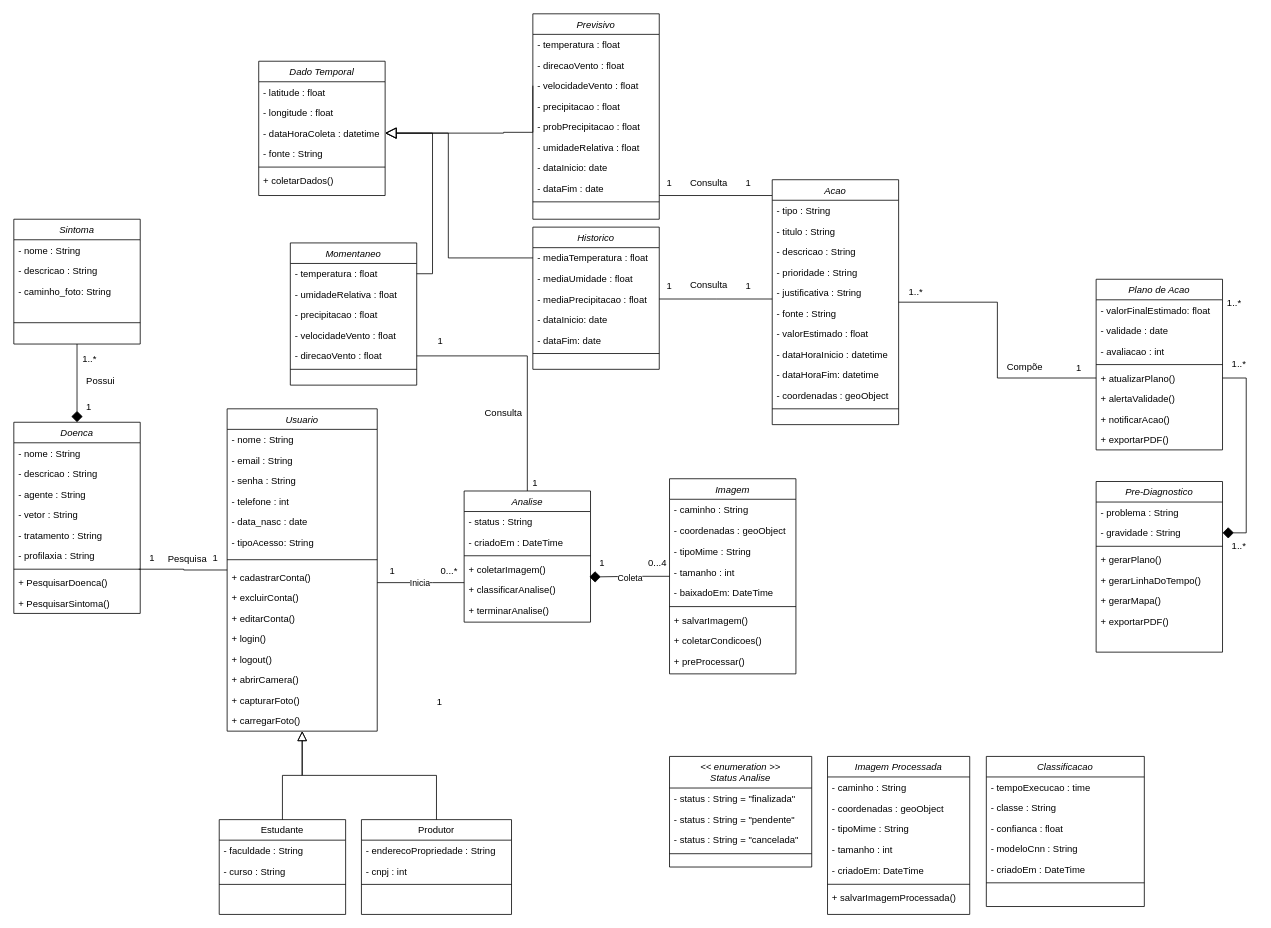
Before: artefatos/diagramas/classes_blackspot.drawio in guilhermexmada/pi-ponskan, a draw.io diagram. Source tidied: cells renumbered, new cells numbered last; positions are measured from the earlier drawing's top-left corner, leaving out a move shared by most shapes. Both pictures are drawn from the tidied source at 79%, with x=0, y=0 at pixel (13, 13).
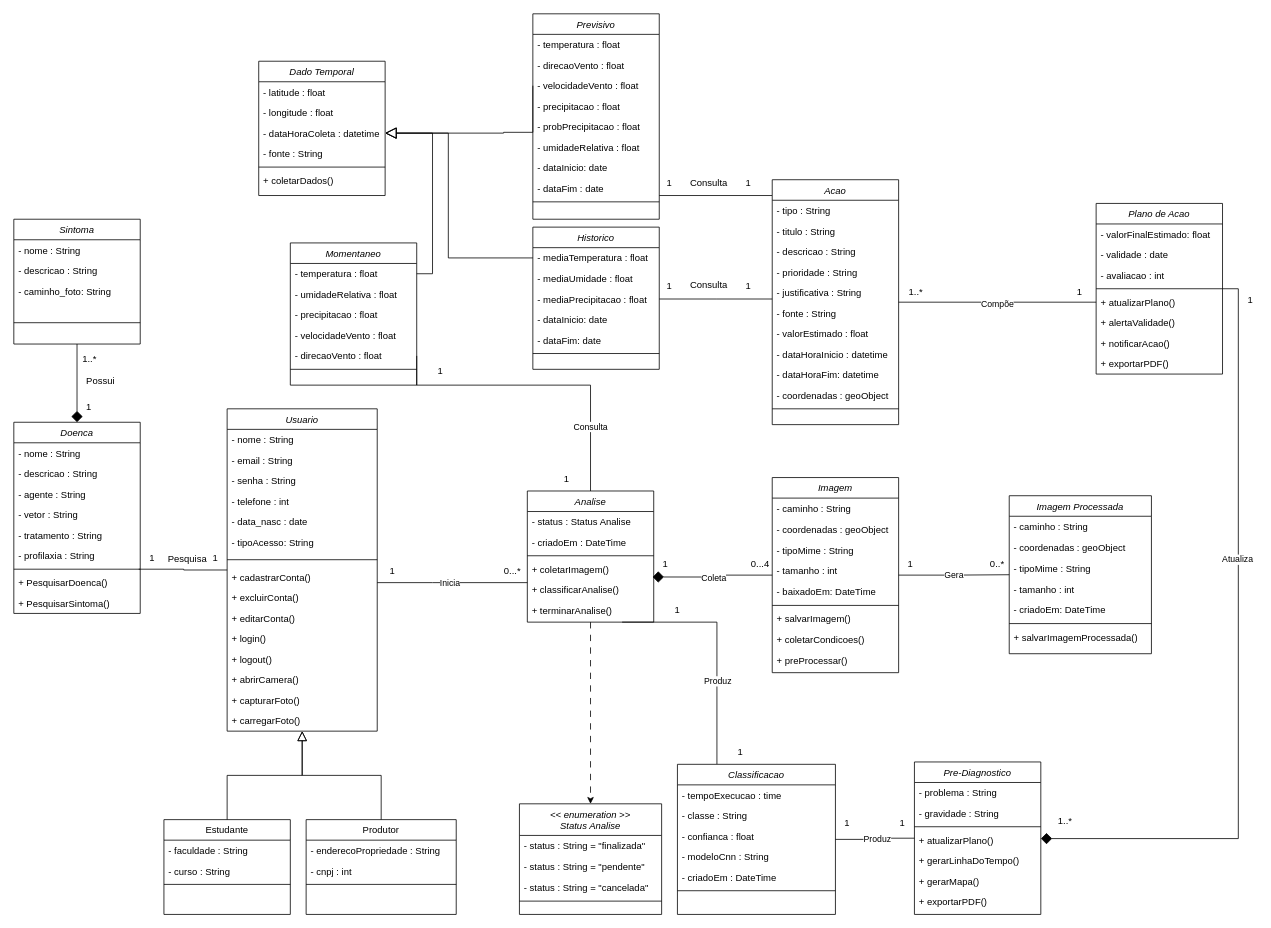
Above is the later version.

Commit message (it also covers changes not shown here):
atualizando diagrama de classe e print

Unchanged cells that the change refers to:
```xml
<mxCell id="18" style="edgeStyle=orthogonalEdgeStyle;rounded=0;jettySize=auto;html=1;entryX=0;entryY=0.5;entryDx=0;entryDy=0;endArrow=none;endFill=0;" parent="1" edge="1" source="133" target="94">
  <mxGeometry relative="1" as="geometry" />
</mxCell>
<mxCell id="52" value="- direcaoVento : float" style="text;align=left;verticalAlign=top;spacingLeft=4;spacingRight=4;overflow=hidden;points=[[0,0.5],[1,0.5]];portConstraint=eastwest;" parent="47" vertex="1">
  <mxGeometry y="130" width="160" height="26" as="geometry" />
</mxCell>
<mxCell id="175" value="- gravidade : String" style="text;align=left;verticalAlign=top;spacingLeft=4;spacingRight=4;overflow=hidden;points=[[0,0.5],[1,0.5]];portConstraint=eastwest;" parent="173" vertex="1">
  <mxGeometry y="52" width="160" height="26" as="geometry" />
</mxCell>
```

Change to the diagram source:
```diff
@@
     <mxCell id="2" value="Estudante" style="swimlane;fontStyle=0;align=center;verticalAlign=top;horizontal=1;startSize=26;rounded=0;shadow=0;strokeWidth=1;" parent="1" vertex="1">
-      <mxGeometry x="260" y="1020" width="160" height="120" as="geometry" />
+      <mxGeometry x="190" y="1020" width="160" height="120" as="geometry" />
     </mxCell>
@@
     <mxCell id="7" value="Produtor" style="swimlane;fontStyle=0;align=center;verticalAlign=top;horizontal=1;startSize=26;rounded=0;shadow=0;strokeWidth=1;" parent="1" vertex="1">
-      <mxGeometry x="440" y="1020" width="190" height="120" as="geometry" />
+      <mxGeometry x="370" y="1020" width="190" height="120" as="geometry" />
     </mxCell>
@@
-    <mxCell id="16" value="1..*" style="align=left;verticalAlign=bottom;labelBackgroundColor=none;fontSize=12;" parent="1" vertex="1">
-      <mxGeometry x="1540" y="372" as="geometry">
-        <mxPoint x="-6" y="2" as="offset" />
-      </mxGeometry>
-    </mxCell>
-    <mxCell id="17" style="edgeStyle=orthogonalEdgeStyle;rounded=0;jettySize=auto;html=1;entryX=1;entryY=0.5;entryDx=0;entryDy=0;endArrow=diamond;endFill=1;startSize=6;endSize=12;exitX=1;exitY=0.5;exitDx=0;exitDy=0;" parent="1" edge="1" source="94" target="175">
-      <mxGeometry relative="1" as="geometry" />
+    <mxCell id="17" style="edgeStyle=orthogonalEdgeStyle;rounded=0;jettySize=auto;html=1;endArrow=diamond;endFill=1;startSize=6;endSize=12;" parent="1" edge="1" source="89" target="173">
+      <mxGeometry relative="1" as="geometry">
+        <Array as="points">
+          <mxPoint x="1550" y="348" />
+          <mxPoint x="1550" y="1044" />
+        </Array>
+      </mxGeometry>
     </mxCell>
+    <mxCell id="186" value="Atualiza" style="edgeLabel;html=1;align=center;verticalAlign=middle;" parent="17" vertex="1">
+      <mxGeometry x="-0.25" y="-2" relative="1" as="geometry" />
+    </mxCell>
@@
+    <mxCell id="102" value="Compõe" style="edgeLabel;html=1;align=center;verticalAlign=middle;" parent="18" vertex="1">
+      <mxGeometry x="-0.01" y="-2" relative="1" as="geometry" />
+    </mxCell>
@@
-    <mxCell id="87" style="group;" parent="1" vertex="1">
-      <mxGeometry x="1370" y="330" width="170" height="222" as="geometry" />
-    </mxCell>
-    <mxCell id="88" style="group;" parent="87" vertex="1">
-      <mxGeometry width="170" height="222" as="geometry" />
-    </mxCell>
-    <mxCell id="89" value="Plano de Acao" style="swimlane;fontStyle=2;align=center;verticalAlign=top;horizontal=1;startSize=26;rounded=0;shadow=0;strokeWidth=1;" parent="88" vertex="1">
-      <mxGeometry y="6" width="160" height="216" as="geometry" />
-    </mxCell>
-    <mxCell id="90" value="- valorFinalEstimado: float" style="text;align=left;verticalAlign=top;spacingLeft=4;spacingRight=4;overflow=hidden;" parent="89" vertex="1">
-      <mxGeometry y="26" width="160" height="26" as="geometry" />
-    </mxCell>
-    <mxCell id="91" value="- validade : date" style="text;align=left;verticalAlign=top;spacingLeft=4;spacingRight=4;overflow=hidden;" parent="89" vertex="1">
-      <mxGeometry y="52" width="160" height="26" as="geometry" />
-    </mxCell>
-    <mxCell id="92" value="- avaliacao : int" style="text;align=left;verticalAlign=top;spacingLeft=4;spacingRight=4;overflow=hidden;" parent="89" vertex="1">
-      <mxGeometry y="78" width="160" height="26" as="geometry" />
-    </mxCell>
-    <mxCell id="93" style="line;html=1;strokeWidth=1;align=left;verticalAlign=middle;spacingTop=-1;spacingLeft=3;spacingRight=3;labelPosition=right;" parent="89" vertex="1">
-      <mxGeometry y="104" width="160" height="8" as="geometry" />
-    </mxCell>
-    <mxCell id="94" value="+ atualizarPlano()" style="text;align=left;verticalAlign=top;spacingLeft=4;spacingRight=4;overflow=hidden;points=[[0,0.5],[1,0.5]];portConstraint=eastwest;" parent="89" vertex="1">
-      <mxGeometry y="112" width="160" height="26" as="geometry" />
-    </mxCell>
-    <mxCell id="95" value="+ alertaValidade()" style="text;align=left;verticalAlign=top;spacingLeft=4;spacingRight=4;overflow=hidden;" parent="89" vertex="1">
-      <mxGeometry y="138" width="160" height="26" as="geometry" />
-    </mxCell>
-    <mxCell id="96" value="+ notificarAcao()" style="text;align=left;verticalAlign=top;spacingLeft=4;spacingRight=4;overflow=hidden;" parent="89" vertex="1">
-      <mxGeometry y="164" width="160" height="26" as="geometry" />
-    </mxCell>
-    <mxCell id="97" value="+ exportarPDF()" style="text;align=left;verticalAlign=top;spacingLeft=4;spacingRight=4;overflow=hidden;" parent="89" vertex="1">
-      <mxGeometry y="190" width="160" height="26" as="geometry" />
-    </mxCell>
-    <mxCell id="98" value="1..*" style="align=left;verticalAlign=bottom;labelBackgroundColor=none;fontSize=12;direction=west;" parent="87" vertex="1">
-      <mxGeometry x="170" y="121" as="geometry" />
-    </mxCell>
@@
     <mxCell id="100" value="1" style="align=left;verticalAlign=bottom;labelBackgroundColor=none;fontSize=12;direction=west;" parent="1" vertex="1">
-      <mxGeometry x="1350" y="452" as="geometry">
-        <mxPoint x="-7" y="4" as="offset" />
+      <mxGeometry x="1360" y="360" as="geometry">
+        <mxPoint x="-16" y="1" as="offset" />
       </mxGeometry>
     </mxCell>
@@
-    <mxCell id="102" value="Compõe" style="text;html=1;whiteSpace=wrap;strokeColor=none;fillColor=none;align=center;verticalAlign=middle;rounded=0;" parent="1" vertex="1">
-      <mxGeometry x="1250" y="432" width="60" height="30" as="geometry" />
-    </mxCell>
-    <mxCell id="103" value="1" style="align=left;verticalAlign=bottom;labelBackgroundColor=none;fontSize=12;" parent="1" vertex="1">
-      <mxGeometry x="534" y="880" as="geometry" />
-    </mxCell>
     <mxCell id="104" style="edgeStyle=orthogonalEdgeStyle;rounded=0;jettySize=auto;html=1;entryX=1;entryY=0.5;entryDx=0;entryDy=0;endArrow=none;endFill=0;" parent="1" edge="1" source="118" target="52">
-      <mxGeometry relative="1" as="geometry" />
+      <mxGeometry relative="1" as="geometry">
+        <Array as="points">
+          <mxPoint x="730" y="470" />
+          <mxPoint x="510" y="470" />
+        </Array>
+      </mxGeometry>
     </mxCell>
+    <mxCell id="107" value="Consulta" style="edgeLabel;html=1;align=center;verticalAlign=middle;" parent="104" vertex="1">
+      <mxGeometry x="-0.58" y="1" relative="1" as="geometry" />
+    </mxCell>
     <mxCell id="105" value="1" style="text;html=1;whiteSpace=wrap;strokeColor=none;fillColor=none;align=center;verticalAlign=middle;rounded=0;" parent="1" vertex="1">
-      <mxGeometry x="630" y="579" width="60" height="30" as="geometry" />
+      <mxGeometry x="670" y="574" width="60" height="30" as="geometry" />
     </mxCell>
     <mxCell id="106" value="1" style="text;html=1;whiteSpace=wrap;strokeColor=none;fillColor=none;align=center;verticalAlign=middle;rounded=0;" parent="1" vertex="1">
-      <mxGeometry x="510" y="400" width="60" height="30" as="geometry" />
+      <mxGeometry x="510" y="437" width="60" height="30" as="geometry" />
     </mxCell>
-    <mxCell id="107" value="Consulta" style="text;html=1;whiteSpace=wrap;strokeColor=none;fillColor=none;align=center;verticalAlign=middle;rounded=0;" parent="1" vertex="1">
-      <mxGeometry x="590" y="490" width="60" height="30" as="geometry" />
-    </mxCell>
@@
+    <mxCell id="187" style="edgeStyle=orthogonalEdgeStyle;rounded=0;jettySize=auto;html=1;endArrow=none;endFill=0;exitX=0.75;exitY=1;exitDx=0;exitDy=0;entryX=0.25;entryY=0;entryDx=0;entryDy=0;" parent="1" edge="1" source="118" target="157">
+      <mxGeometry relative="1" as="geometry">
+        <Array as="points">
+          <mxPoint x="890" y="770" />
+        </Array>
+      </mxGeometry>
+    </mxCell>
+    <mxCell id="188" value="Produz" style="edgeLabel;html=1;align=center;verticalAlign=middle;" parent="187" vertex="1">
+      <mxGeometry x="-0.01" y="1" relative="1" as="geometry">
+        <mxPoint x="-1" y="45" as="offset" />
+      </mxGeometry>
+    </mxCell>
+    <mxCell id="189" style="edgeStyle=orthogonalEdgeStyle;rounded=0;jettySize=auto;html=1;dashed=1;dashPattern=8 8;" parent="1" edge="1" source="118" target="181">
+      <mxGeometry relative="1" as="geometry" />
+    </mxCell>
     <mxCell id="118" value="Analise" style="swimlane;fontStyle=2;align=center;verticalAlign=top;horizontal=1;startSize=26;rounded=0;shadow=0;strokeWidth=1;" parent="1" vertex="1">
-      <mxGeometry x="570" y="604" width="160" height="166" as="geometry" />
+      <mxGeometry x="650" y="604" width="160" height="166" as="geometry" />
     </mxCell>
-    <mxCell id="119" value="- status : String" style="text;align=left;verticalAlign=top;spacingLeft=4;spacingRight=4;overflow=hidden;" parent="118" vertex="1">
+    <mxCell id="119" value="- status : Status Analise" style="text;align=left;verticalAlign=top;spacingLeft=4;spacingRight=4;overflow=hidden;" parent="118" vertex="1">
       <mxGeometry y="26" width="160" height="26" as="geometry" />
     </mxCell>
@@
     <mxCell id="145" value="1" style="text;html=1;whiteSpace=wrap;strokeColor=none;fillColor=none;align=center;verticalAlign=middle;rounded=0;" parent="1" vertex="1">
-      <mxGeometry x="730" y="680" width="30" height="30" as="geometry" />
+      <mxGeometry x="810" y="682" width="30" height="30" as="geometry" />
     </mxCell>
     <mxCell id="146" value="0...4" style="text;html=1;whiteSpace=wrap;strokeColor=none;fillColor=none;align=center;verticalAlign=middle;rounded=0;" parent="1" vertex="1">
-      <mxGeometry x="800" y="680" width="30" height="30" as="geometry" />
+      <mxGeometry x="930" y="682" width="30" height="30" as="geometry" />
     </mxCell>
+    <mxCell id="190" style="edgeStyle=orthogonalEdgeStyle;rounded=0;jettySize=auto;html=1;endArrow=none;endFill=0;" parent="1" edge="1" source="147" target="164">
+      <mxGeometry relative="1" as="geometry" />
+    </mxCell>
+    <mxCell id="191" value="Gera" style="edgeLabel;html=1;align=center;verticalAlign=middle;" parent="190" vertex="1">
+      <mxGeometry y="1" relative="1" as="geometry" />
+    </mxCell>
     <mxCell id="147" value="Imagem" style="swimlane;fontStyle=2;align=center;verticalAlign=top;horizontal=1;startSize=26;rounded=0;shadow=0;strokeWidth=1;" parent="1" vertex="1">
-      <mxGeometry x="830" y="588.5" width="160" height="247" as="geometry" />
+      <mxGeometry x="960" y="587" width="160" height="247" as="geometry" />
     </mxCell>
@@
+    <mxCell id="192" style="edgeStyle=orthogonalEdgeStyle;rounded=0;jettySize=auto;html=1;endArrow=none;endFill=0;" parent="1" edge="1" source="157" target="173">
+      <mxGeometry relative="1" as="geometry" />
+    </mxCell>
+    <mxCell id="193" value="Produz" style="edgeLabel;html=1;align=center;verticalAlign=middle;" parent="192" vertex="1">
+      <mxGeometry x="0.06" y="-1" relative="1" as="geometry" />
+    </mxCell>
     <mxCell id="157" value="Classificacao" style="swimlane;fontStyle=2;align=center;verticalAlign=top;horizontal=1;startSize=26;rounded=0;shadow=0;strokeWidth=1;" parent="1" vertex="1">
-      <mxGeometry x="1231" y="940" width="200" height="190" as="geometry" />
+      <mxGeometry x="840" y="950" width="200" height="190" as="geometry" />
     </mxCell>
@@
     <mxCell id="164" value="Imagem Processada" style="swimlane;fontStyle=2;align=center;verticalAlign=top;horizontal=1;startSize=26;rounded=0;shadow=0;strokeWidth=1;" parent="1" vertex="1">
-      <mxGeometry x="1030" y="940" width="180" height="200" as="geometry" />
+      <mxGeometry x="1260" y="610" width="180" height="200" as="geometry" />
     </mxCell>
@@
     <mxCell id="172" value="1..*" style="align=left;verticalAlign=bottom;labelBackgroundColor=none;fontSize=12;direction=west;" parent="1" vertex="1">
-      <mxGeometry x="1540" y="682" as="geometry" />
+      <mxGeometry x="1320" y="1030" as="geometry" />
     </mxCell>
     <mxCell id="173" value="Pre-Diagnostico" style="swimlane;fontStyle=2;align=center;verticalAlign=top;horizontal=1;startSize=26;rounded=0;shadow=0;strokeWidth=1;" parent="1" vertex="1">
-      <mxGeometry x="1370" y="592" width="160" height="216" as="geometry" />
+      <mxGeometry x="1140" y="947" width="160" height="193" as="geometry" />
     </mxCell>
@@
-    <mxCell id="177" value="+ gerarPlano()" style="text;align=left;verticalAlign=top;spacingLeft=4;spacingRight=4;overflow=hidden;rounded=0;shadow=0;html=0;" parent="173" vertex="1">
+    <mxCell id="177" value="+ atualizarPlano()" style="text;align=left;verticalAlign=top;spacingLeft=4;spacingRight=4;overflow=hidden;rounded=0;shadow=0;html=0;" parent="173" vertex="1">
       <mxGeometry y="86" width="160" height="26" as="geometry" />
     </mxCell>
@@
     <mxCell id="181" value="&lt;&lt; enumeration &gt;&gt;&#10;Status Analise" style="swimlane;fontStyle=2;align=center;verticalAlign=top;horizontal=1;startSize=40;rounded=0;shadow=0;strokeWidth=1;" parent="1" vertex="1">
-      <mxGeometry x="830" y="940" width="180" height="140" as="geometry" />
+      <mxGeometry x="640" y="1000" width="180" height="140" as="geometry" />
     </mxCell>
@@
+    <mxCell id="194" value="1" style="text;html=1;whiteSpace=wrap;strokeColor=none;fillColor=none;align=center;verticalAlign=middle;rounded=0;" parent="1" vertex="1">
+      <mxGeometry x="810" y="740" width="60" height="30" as="geometry" />
+    </mxCell>
+    <mxCell id="195" value="1" style="text;html=1;whiteSpace=wrap;strokeColor=none;fillColor=none;align=center;verticalAlign=middle;rounded=0;" parent="1" vertex="1">
+      <mxGeometry x="890" y="920" width="60" height="30" as="geometry" />
+    </mxCell>
+    <mxCell id="196" value="1" style="text;html=1;whiteSpace=wrap;strokeColor=none;fillColor=none;align=center;verticalAlign=middle;rounded=0;" parent="1" vertex="1">
+      <mxGeometry x="1040" y="1010" width="30" height="30" as="geometry" />
+    </mxCell>
+    <mxCell id="197" value="1" style="text;html=1;whiteSpace=wrap;strokeColor=none;fillColor=none;align=center;verticalAlign=middle;rounded=0;" parent="1" vertex="1">
+      <mxGeometry x="1110" y="1010" width="30" height="30" as="geometry" />
+    </mxCell>
+    <mxCell id="198" value="1" style="text;html=1;whiteSpace=wrap;strokeColor=none;fillColor=none;align=center;verticalAlign=middle;rounded=0;" parent="1" vertex="1">
+      <mxGeometry x="1120" y="682" width="30" height="30" as="geometry" />
+    </mxCell>
+    <mxCell id="199" value="0..*" style="text;html=1;whiteSpace=wrap;strokeColor=none;fillColor=none;align=center;verticalAlign=middle;rounded=0;" parent="1" vertex="1">
+      <mxGeometry x="1230" y="682" width="30" height="30" as="geometry" />
+    </mxCell>
+    <mxCell id="88" style="group;" parent="1" vertex="1">
+      <mxGeometry x="1370" y="234" width="170" height="222" as="geometry" />
+    </mxCell>
+    <mxCell id="89" value="Plano de Acao" style="swimlane;fontStyle=2;align=center;verticalAlign=top;horizontal=1;startSize=26;rounded=0;shadow=0;strokeWidth=1;" parent="88" vertex="1">
+      <mxGeometry y="6" width="160" height="216" as="geometry" />
+    </mxCell>
+    <mxCell id="90" value="- valorFinalEstimado: float" style="text;align=left;verticalAlign=top;spacingLeft=4;spacingRight=4;overflow=hidden;" parent="89" vertex="1">
+      <mxGeometry y="26" width="160" height="26" as="geometry" />
+    </mxCell>
+    <mxCell id="91" value="- validade : date" style="text;align=left;verticalAlign=top;spacingLeft=4;spacingRight=4;overflow=hidden;" parent="89" vertex="1">
+      <mxGeometry y="52" width="160" height="26" as="geometry" />
+    </mxCell>
+    <mxCell id="92" value="- avaliacao : int" style="text;align=left;verticalAlign=top;spacingLeft=4;spacingRight=4;overflow=hidden;" parent="89" vertex="1">
+      <mxGeometry y="78" width="160" height="26" as="geometry" />
+    </mxCell>
+    <mxCell id="93" style="line;html=1;strokeWidth=1;align=left;verticalAlign=middle;spacingTop=-1;spacingLeft=3;spacingRight=3;labelPosition=right;" parent="89" vertex="1">
+      <mxGeometry y="104" width="160" height="8" as="geometry" />
+    </mxCell>
+    <mxCell id="94" value="+ atualizarPlano()" style="text;align=left;verticalAlign=top;spacingLeft=4;spacingRight=4;overflow=hidden;points=[[0,0.5],[1,0.5]];portConstraint=eastwest;" parent="89" vertex="1">
+      <mxGeometry y="112" width="160" height="26" as="geometry" />
+    </mxCell>
+    <mxCell id="95" value="+ alertaValidade()" style="text;align=left;verticalAlign=top;spacingLeft=4;spacingRight=4;overflow=hidden;" parent="89" vertex="1">
+      <mxGeometry y="138" width="160" height="26" as="geometry" />
+    </mxCell>
+    <mxCell id="96" value="+ notificarAcao()" style="text;align=left;verticalAlign=top;spacingLeft=4;spacingRight=4;overflow=hidden;" parent="89" vertex="1">
+      <mxGeometry y="164" width="160" height="26" as="geometry" />
+    </mxCell>
+    <mxCell id="97" value="+ exportarPDF()" style="text;align=left;verticalAlign=top;spacingLeft=4;spacingRight=4;overflow=hidden;" parent="89" vertex="1">
+      <mxGeometry y="190" width="160" height="26" as="geometry" />
+    </mxCell>
+    <mxCell id="98" value="1" style="align=left;verticalAlign=bottom;labelBackgroundColor=none;fontSize=12;direction=west;" parent="1" vertex="1">
+      <mxGeometry x="1560" y="370" as="geometry" />
+    </mxCell>
```
